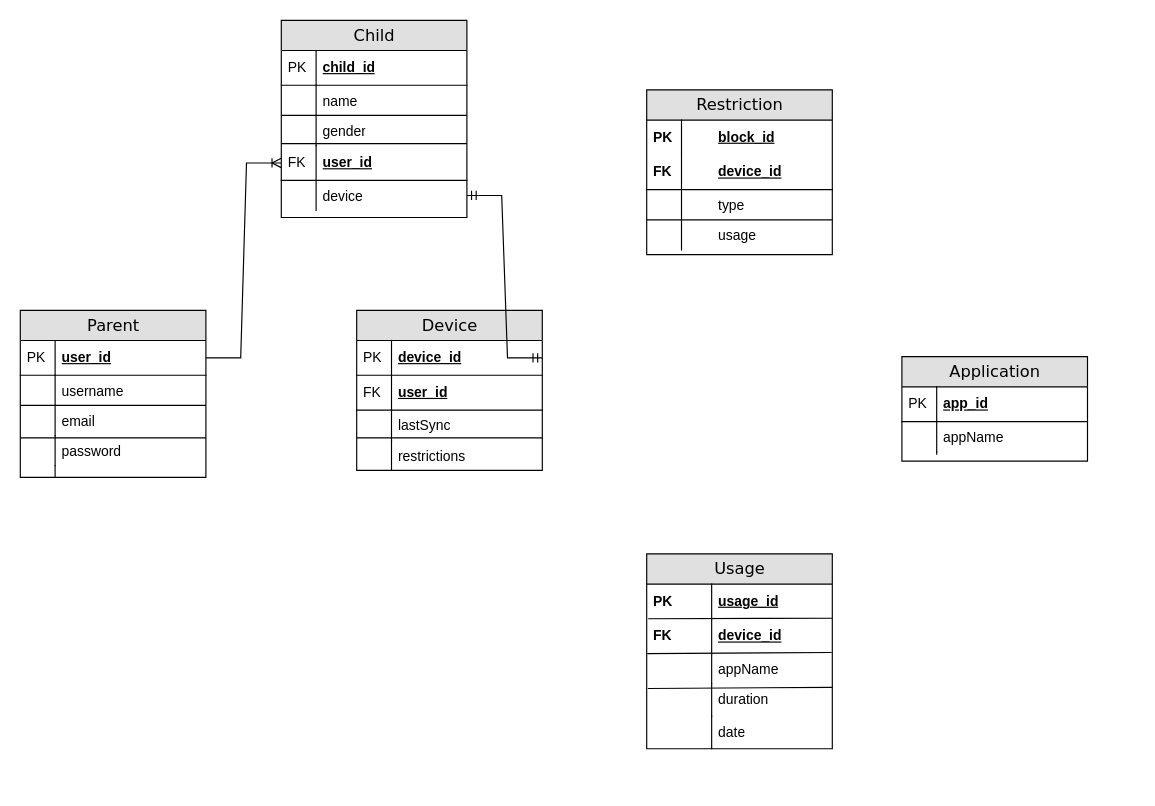
Before: Untitled Diagram.drawio in Inco9nit0/Parental-Lock-System-Project-FYP-, a draw.io diagram. Source tidied: cells renumbered, new cells numbered last; positions are measured from the earlier drawing's top-left corner, leaving out a move shared by most shapes. Both pictures are drawn from the tidied source at 116%, with x=0, y=0 at pixel (20, 20).
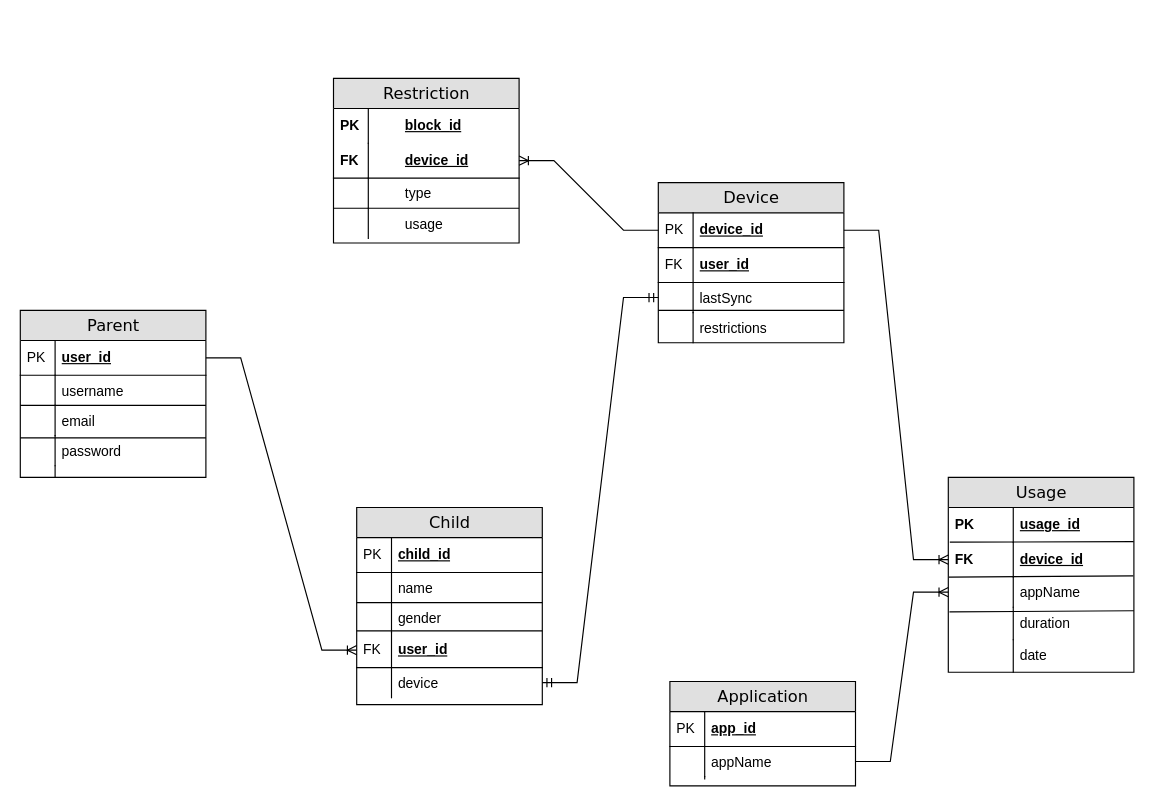
After the change.

Unchanged cells that the change refers to:
```xml
<mxCell id="3" value="device_id" style="shape=partialRectangle;top=0;left=0;right=0;bottom=1;html=1;align=left;verticalAlign=middle;fillColor=none;spacingLeft=34;spacingRight=4;whiteSpace=wrap;overflow=hidden;points=[[0,0.5],[1,0.5]];portConstraint=eastwest;fontStyle=5;" parent="2" vertex="1">
  <mxGeometry y="26" width="160" height="30" as="geometry" />
</mxCell>
<mxCell id="7" value="lastSync" style="shape=partialRectangle;top=0;left=0;right=0;bottom=0;html=1;align=left;verticalAlign=top;fillColor=none;spacingLeft=34;spacingRight=4;whiteSpace=wrap;overflow=hidden;points=[[0,0.5],[1,0.5]];portConstraint=eastwest;" parent="2" vertex="1">
  <mxGeometry y="86" width="160" height="26" as="geometry" />
</mxCell>
<mxCell id="15" value="device_id" style="shape=partialRectangle;top=0;left=0;right=0;bottom=1;html=1;align=left;verticalAlign=middle;fillColor=none;spacingLeft=60;spacingRight=4;whiteSpace=wrap;overflow=hidden;points=[[0,0.5],[1,0.5]];portConstraint=eastwest;fontStyle=5;" parent="12" vertex="1">
  <mxGeometry y="56" width="160" height="30" as="geometry" />
</mxCell>
<mxCell id="25" value="appName" style="shape=partialRectangle;top=0;left=0;right=0;bottom=0;html=1;align=left;verticalAlign=top;fillColor=none;spacingLeft=34;spacingRight=4;whiteSpace=wrap;overflow=hidden;points=[[0,0.5],[1,0.5]];portConstraint=eastwest;" parent="22" vertex="1">
  <mxGeometry y="56" width="160" height="26" as="geometry" />
</mxCell>
<mxCell id="33" value="device_id" style="shape=partialRectangle;top=0;left=0;right=0;bottom=0;html=1;align=left;verticalAlign=middle;fillColor=none;spacingLeft=60;spacingRight=4;whiteSpace=wrap;overflow=hidden;points=[[0,0.5],[1,0.5]];portConstraint=eastwest;fontStyle=5;" parent="29" vertex="1">
  <mxGeometry y="56" width="160" height="30" as="geometry" />
</mxCell>
<mxCell id="36" value="appName" style="shape=partialRectangle;top=0;left=0;right=0;bottom=0;html=1;align=left;verticalAlign=top;fillColor=none;spacingLeft=60;spacingRight=4;whiteSpace=wrap;overflow=hidden;points=[[0,0.5],[1,0.5]];portConstraint=eastwest;" parent="29" vertex="1">
  <mxGeometry y="86" width="160" height="26" as="geometry" />
</mxCell>
<mxCell id="67" value="device" style="shape=partialRectangle;top=0;left=0;right=0;bottom=0;html=1;align=left;verticalAlign=top;fillColor=none;spacingLeft=34;spacingRight=4;whiteSpace=wrap;overflow=hidden;points=[[0,0.5],[1,0.5]];portConstraint=eastwest;" parent="56" vertex="1">
  <mxGeometry y="138" width="160" height="26" as="geometry" />
</mxCell>
```

Diff of the diagram source:
```diff
@@
     <mxCell id="2" value="Device" style="swimlane;html=1;fontStyle=0;horizontal=1;startSize=26;fillColor=#e0e0e0;swimlaneFillColor=#ffffff;align=center;rounded=0;shadow=0;comic=0;labelBackgroundColor=none;strokeWidth=1;fontFamily=Verdana;fontSize=14;swimlaneLine=1;" parent="1" vertex="1">
-      <mxGeometry x="290" y="250" width="160" height="138" as="geometry" />
+      <mxGeometry x="550" y="140" width="160" height="138" as="geometry" />
     </mxCell>
@@
     <mxCell id="12" value="Restriction" style="swimlane;html=1;fontStyle=0;horizontal=1;startSize=26;fillColor=#e0e0e0;swimlaneFillColor=#ffffff;align=center;rounded=0;shadow=0;comic=0;labelBackgroundColor=none;strokeWidth=1;fontFamily=Verdana;fontSize=14;" parent="1" vertex="1">
-      <mxGeometry x="540" y="60" width="160" height="142" as="geometry" />
+      <mxGeometry x="270" y="50" width="160" height="142" as="geometry" />
     </mxCell>
@@
     <mxCell id="22" value="Application" style="swimlane;html=1;fontStyle=0;horizontal=1;startSize=26;fillColor=#e0e0e0;swimlaneFillColor=#ffffff;align=center;rounded=0;shadow=0;comic=0;labelBackgroundColor=none;strokeWidth=1;fontFamily=Verdana;fontSize=14;" parent="1" vertex="1">
-      <mxGeometry x="760" y="290" width="160" height="90" as="geometry" />
+      <mxGeometry x="560" y="570" width="160" height="90" as="geometry" />
     </mxCell>
@@
     <mxCell id="29" value="Usage" style="swimlane;html=1;fontStyle=0;horizontal=1;startSize=26;fillColor=#e0e0e0;swimlaneFillColor=#ffffff;align=center;rounded=0;shadow=0;comic=0;labelBackgroundColor=none;strokeWidth=1;fontFamily=Verdana;fontSize=14;" parent="1" vertex="1">
-      <mxGeometry x="540" y="460" width="160" height="168" as="geometry" />
+      <mxGeometry x="800" y="394" width="160" height="168" as="geometry" />
     </mxCell>
@@
     <mxCell id="56" value="Child" style="swimlane;html=1;fontStyle=0;horizontal=1;startSize=26;fillColor=#e0e0e0;swimlaneFillColor=#ffffff;align=center;rounded=0;shadow=0;comic=0;labelBackgroundColor=none;strokeWidth=1;fontFamily=Verdana;fontSize=14;" parent="1" vertex="1">
-      <mxGeometry x="225" width="160" height="170" as="geometry" />
+      <mxGeometry x="290" y="420" width="160" height="170" as="geometry" />
     </mxCell>
@@
-    <mxCell id="70" style="edgeStyle=entityRelationEdgeStyle;fontSize=12;html=1;endArrow=ERmandOne;startArrow=ERmandOne;rounded=0;entryX=1;entryY=0.5;entryDx=0;entryDy=0;exitX=1;exitY=0.5;exitDx=0;exitDy=0;" parent="1" edge="1" source="3" target="67">
+    <mxCell id="70" style="edgeStyle=entityRelationEdgeStyle;fontSize=12;html=1;endArrow=ERmandOne;startArrow=ERmandOne;rounded=0;entryX=1;entryY=0.5;entryDx=0;entryDy=0;exitX=0;exitY=0.5;exitDx=0;exitDy=0;" parent="1" edge="1" source="7" target="67">
       <mxGeometry relative="1" as="geometry" />
     </mxCell>
+    <mxCell id="71" style="edgeStyle=entityRelationEdgeStyle;fontSize=12;html=1;endArrow=ERoneToMany;rounded=0;entryX=1;entryY=0.5;entryDx=0;entryDy=0;exitX=0;exitY=0.5;exitDx=0;exitDy=0;" parent="1" edge="1" source="3" target="15">
+      <mxGeometry relative="1" as="geometry">
+        <Array as="points">
+          <mxPoint x="450" y="290" />
+          <mxPoint x="360" y="220" />
+        </Array>
+      </mxGeometry>
+    </mxCell>
+    <mxCell id="72" style="edgeStyle=entityRelationEdgeStyle;fontSize=12;html=1;endArrow=ERoneToMany;rounded=0;exitX=1;exitY=0.5;exitDx=0;exitDy=0;entryX=0;entryY=0.5;entryDx=0;entryDy=0;" parent="1" edge="1" source="3" target="33">
+      <mxGeometry relative="1" as="geometry" />
+    </mxCell>
+    <mxCell id="73" style="edgeStyle=entityRelationEdgeStyle;fontSize=12;html=1;endArrow=ERoneToMany;rounded=0;exitX=1;exitY=0.5;exitDx=0;exitDy=0;" parent="1" edge="1" source="25" target="36">
+      <mxGeometry relative="1" as="geometry" />
+    </mxCell>
```
